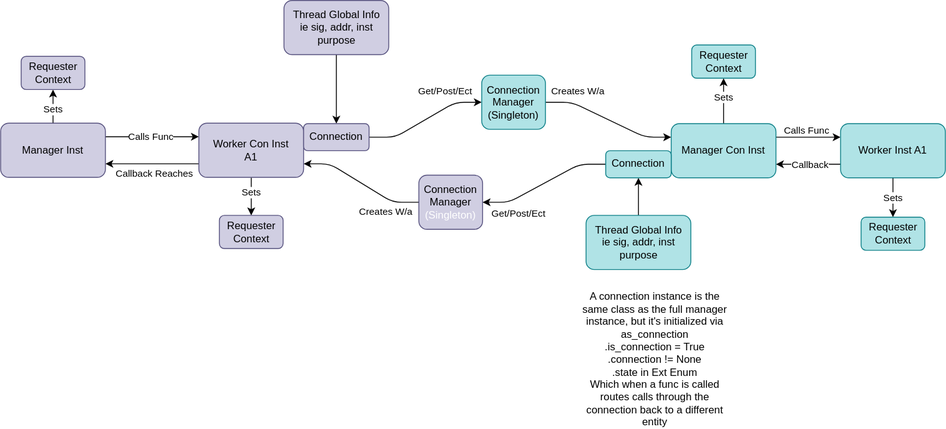
The draw.io diagram _Docs/diagrams/2025-08-25-NetworkStuff.drawio.svg in Damascus-Cassette/Ria, before a commit. Source tidied: cells renumbered, new cells last; positions are measured from the earlier drawing's top-left corner, leaving out a move shared by most shapes.
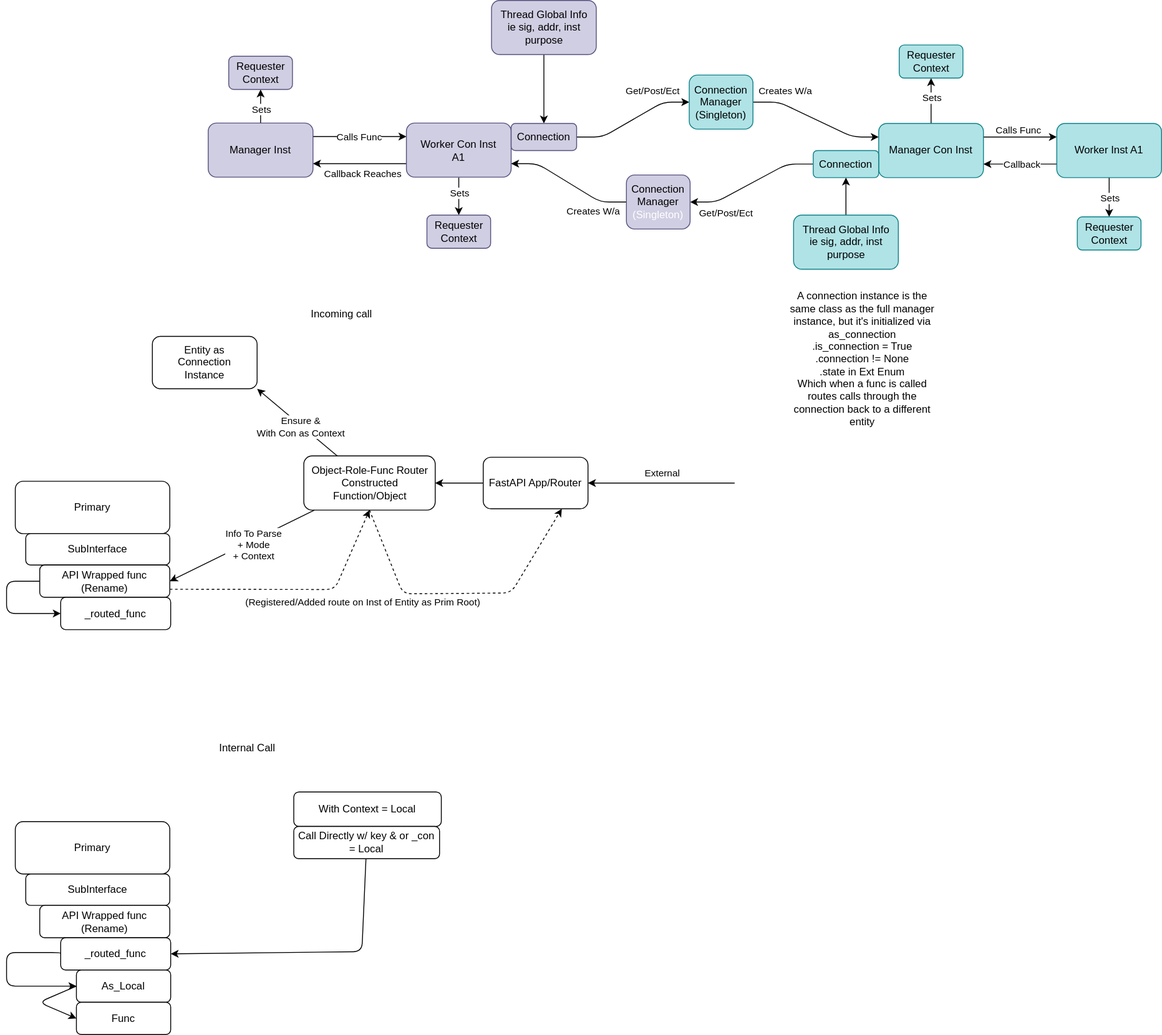
The same diagram one commit later.

Commit message:
Cont clarifying method for 1.4 entity interface

The edit, as a diff of the source:
```diff
@@ -38,12 +38,12 @@
     <mxCell id="11" value="Worker Con Inst&lt;br&gt;A1" style="rounded=1;whiteSpace=wrap;html=1;fillColor=#d0cee2;strokeColor=#56517e;" parent="1" vertex="1">
       <mxGeometry x="227" y="140.5" width="120" height="62" as="geometry" />
     </mxCell>
-    <mxCell id="12" style="edgeStyle=none;html=1;" parent="1" edge="1" target="x">
+    <mxCell id="12" style="edgeStyle=none;html=1;" parent="1" edge="1">
       <mxGeometry relative="1" as="geometry">
         <mxPoint x="700" y="254.5" as="sourcePoint" />
       </mxGeometry>
     </mxCell>
-    <mxCell id="13" style="edgeStyle=none;html=1;" parent="1" edge="1" target="x">
+    <mxCell id="13" style="edgeStyle=none;html=1;" parent="1" edge="1">
       <mxGeometry relative="1" as="geometry">
         <mxPoint x="700" y="171.5" as="sourcePoint" />
       </mxGeometry>
@@ -84,7 +84,7 @@
       </mxGeometry>
     </mxCell>
     <mxCell id="23" value="Worker Inst A1" style="rounded=1;whiteSpace=wrap;html=1;fillColor=#b0e3e6;strokeColor=#0e8088;" parent="1" vertex="1">
-      <mxGeometry x="962" y="141" width="120" height="62" as="geometry" />
+      <mxGeometry x="972" y="141" width="120" height="62" as="geometry" />
     </mxCell>
     <mxCell id="24" value="A connection instance is the same class as the full manager instance, but it's initialized via as_connection&amp;nbsp;&lt;div&gt;.is_connection = True&lt;/div&gt;&lt;div&gt;.connection != None&lt;br&gt;.state in Ext Enum&lt;br&gt;Which when a func is called routes calls through the connection back to a different entity&lt;/div&gt;" style="text;html=1;align=center;verticalAlign=middle;whiteSpace=wrap;rounded=0;" parent="1" vertex="1">
       <mxGeometry x="661" y="345" width="177" height="132" as="geometry" />
@@ -148,7 +148,7 @@
       <mxGeometry x="693" y="172" width="75" height="31" as="geometry" />
     </mxCell>
     <mxCell id="40" value="Requester Context" style="rounded=1;whiteSpace=wrap;html=1;fillColor=#b0e3e6;strokeColor=#0e8088;" parent="1" vertex="1">
-      <mxGeometry x="985.5" y="248" width="73" height="38" as="geometry" />
+      <mxGeometry x="995.5" y="248" width="73" height="38" as="geometry" />
     </mxCell>
     <mxCell id="41" style="edgeStyle=none;html=1;entryX=0.5;entryY=0;entryDx=0;entryDy=0;" parent="1" edge="1" target="43">
       <mxGeometry relative="1" as="geometry">
@@ -166,5 +166,136 @@
     <mxCell id="44" value="Requester Context" style="rounded=1;whiteSpace=wrap;html=1;fillColor=#d0cee2;strokeColor=#56517e;" parent="1" vertex="1">
       <mxGeometry x="23.5" y="64" width="73" height="38" as="geometry" />
     </mxCell>
+    <mxCell id="45" value="Entity as&lt;br&gt;Connection&lt;br&gt;Instance" style="rounded=1;whiteSpace=wrap;html=1;" parent="1" vertex="1">
+      <mxGeometry x="-64" y="385" width="120" height="60" as="geometry" />
+    </mxCell>
+    <mxCell id="46" value="Primary" style="rounded=1;whiteSpace=wrap;html=1;" parent="1" vertex="1">
+      <mxGeometry x="-221" y="551" width="177" height="60" as="geometry" />
+    </mxCell>
+    <mxCell id="47" value="SubInterface" style="rounded=1;whiteSpace=wrap;html=1;" parent="1" vertex="1">
+      <mxGeometry x="-209" y="611" width="165" height="36" as="geometry" />
+    </mxCell>
+    <mxCell id="48" style="edgeStyle=none;html=1;exitX=1;exitY=0.75;exitDx=0;exitDy=0;entryX=0.5;entryY=1;entryDx=0;entryDy=0;dashed=1;" parent="1" edge="1" source="51" target="59">
+      <mxGeometry relative="1" as="geometry">
+        <Array as="points">
+          <mxPoint x="145" y="675" />
+        </Array>
+      </mxGeometry>
+    </mxCell>
+    <mxCell id="49" value="(Registered/Added route on Inst of Entity as Prim Root)" style="edgeLabel;html=1;align=center;verticalAlign=middle;" parent="48" vertex="1">
+      <mxGeometry x="0.09" relative="1" as="geometry">
+        <mxPoint x="65" y="15" as="offset" />
+      </mxGeometry>
+    </mxCell>
+    <mxCell id="50" style="edgeStyle=orthogonalEdgeStyle;html=1;exitX=0;exitY=0.5;exitDx=0;exitDy=0;entryX=0;entryY=0.5;entryDx=0;entryDy=0;" parent="1" edge="1" source="51" target="61">
+      <mxGeometry relative="1" as="geometry">
+        <Array as="points">
+          <mxPoint x="-231" y="666" />
+          <mxPoint x="-231" y="703" />
+        </Array>
+      </mxGeometry>
+    </mxCell>
+    <mxCell id="51" value="API Wrapped func (Rename)" style="rounded=1;whiteSpace=wrap;html=1;" parent="1" vertex="1">
+      <mxGeometry x="-193" y="647" width="149" height="37" as="geometry" />
+    </mxCell>
+    <mxCell id="52" style="edgeStyle=none;html=1;entryX=1;entryY=0.5;entryDx=0;entryDy=0;" parent="1" edge="1" source="53" target="59">
+      <mxGeometry relative="1" as="geometry" />
+    </mxCell>
+    <mxCell id="53" value="FastAPI App/Router" style="rounded=1;whiteSpace=wrap;html=1;" parent="1" vertex="1">
+      <mxGeometry x="315" y="523.5" width="120" height="59" as="geometry" />
+    </mxCell>
+    <mxCell id="54" style="edgeStyle=none;html=1;entryX=1;entryY=1;entryDx=0;entryDy=0;" parent="1" edge="1" source="59" target="45">
+      <mxGeometry relative="1" as="geometry" />
+    </mxCell>
+    <mxCell id="55" value="Ensure &amp;amp;&lt;br&gt;With Con as Context" style="edgeLabel;html=1;align=center;verticalAlign=middle;" parent="54" vertex="1">
+      <mxGeometry x="-0.1" y="1" relative="1" as="geometry" />
+    </mxCell>
+    <mxCell id="56" style="edgeStyle=none;html=1;entryX=1;entryY=0.5;entryDx=0;entryDy=0;" parent="1" edge="1" source="59" target="51">
+      <mxGeometry relative="1" as="geometry" />
+    </mxCell>
+    <mxCell id="57" value="Info To Parse&lt;br&gt;+ Mode&lt;br&gt;+ Context" style="edgeLabel;html=1;align=center;verticalAlign=middle;" parent="56" vertex="1">
+      <mxGeometry x="-0.21" y="-3" relative="1" as="geometry">
+        <mxPoint x="-3" y="10" as="offset" />
+      </mxGeometry>
+    </mxCell>
+    <mxCell id="58" style="edgeStyle=none;html=1;entryX=0.75;entryY=1;entryDx=0;entryDy=0;exitX=0.5;exitY=1;exitDx=0;exitDy=0;dashed=1;" parent="1" edge="1" source="59" target="53">
+      <mxGeometry relative="1" as="geometry">
+        <Array as="points">
+          <mxPoint x="223" y="680" />
+          <mxPoint x="347" y="679" />
+        </Array>
+      </mxGeometry>
+    </mxCell>
+    <mxCell id="59" value="Object-Role-Func Router&lt;div&gt;Constructed Function/Object&lt;/div&gt;" style="rounded=1;whiteSpace=wrap;html=1;" parent="1" vertex="1">
+      <mxGeometry x="109.5" y="522" width="150.5" height="62" as="geometry" />
+    </mxCell>
+    <mxCell id="60" value="Incoming call" style="text;html=1;align=center;verticalAlign=middle;whiteSpace=wrap;rounded=0;" parent="1" vertex="1">
+      <mxGeometry x="26" y="345" width="254" height="30" as="geometry" />
+    </mxCell>
+    <mxCell id="61" value="_routed_func" style="rounded=1;whiteSpace=wrap;html=1;" parent="1" vertex="1">
+      <mxGeometry x="-169" y="684" width="126" height="37" as="geometry" />
+    </mxCell>
+    <mxCell id="62" style="edgeStyle=none;html=1;entryX=1;entryY=0.5;entryDx=0;entryDy=0;" parent="1" edge="1">
+      <mxGeometry relative="1" as="geometry">
+        <mxPoint x="603" y="553" as="sourcePoint" />
+        <mxPoint x="435" y="553" as="targetPoint" />
+      </mxGeometry>
+    </mxCell>
+    <mxCell id="63" value="External" style="edgeLabel;html=1;align=center;verticalAlign=middle;" parent="62" vertex="1">
+      <mxGeometry y="1" relative="1" as="geometry">
+        <mxPoint y="-13" as="offset" />
+      </mxGeometry>
+    </mxCell>
+    <mxCell id="64" value="With Context = Local" style="rounded=1;whiteSpace=wrap;html=1;" parent="1" vertex="1">
+      <mxGeometry x="98" y="907" width="169" height="39.5" as="geometry" />
+    </mxCell>
+    <mxCell id="65" value="Primary" style="rounded=1;whiteSpace=wrap;html=1;" parent="1" vertex="1">
+      <mxGeometry x="-221" y="941" width="177" height="60" as="geometry" />
+    </mxCell>
+    <mxCell id="66" value="SubInterface" style="rounded=1;whiteSpace=wrap;html=1;" parent="1" vertex="1">
+      <mxGeometry x="-209" y="1001" width="165" height="36" as="geometry" />
+    </mxCell>
+    <mxCell id="67" style="edgeStyle=orthogonalEdgeStyle;html=1;exitX=0;exitY=0.5;exitDx=0;exitDy=0;entryX=0;entryY=0.5;entryDx=0;entryDy=0;" parent="1" edge="1" source="70" target="72">
+      <mxGeometry relative="1" as="geometry">
+        <Array as="points">
+          <mxPoint x="-169" y="1091" />
+          <mxPoint x="-231" y="1091" />
+          <mxPoint x="-231" y="1130" />
+          <mxPoint x="-151" y="1130" />
+        </Array>
+      </mxGeometry>
+    </mxCell>
+    <mxCell id="68" value="API Wrapped func (Rename)" style="rounded=1;whiteSpace=wrap;html=1;" parent="1" vertex="1">
+      <mxGeometry x="-193" y="1037" width="149" height="37" as="geometry" />
+    </mxCell>
+    <mxCell id="69" value="Internal Call" style="text;html=1;align=center;verticalAlign=middle;whiteSpace=wrap;rounded=0;" parent="1" vertex="1">
+      <mxGeometry x="-82" y="842" width="254" height="30" as="geometry" />
+    </mxCell>
+    <mxCell id="70" value="_routed_func" style="rounded=1;whiteSpace=wrap;html=1;" parent="1" vertex="1">
+      <mxGeometry x="-169" y="1074" width="126" height="37" as="geometry" />
+    </mxCell>
+    <mxCell id="71" style="edgeStyle=none;html=1;exitX=0;exitY=0.5;exitDx=0;exitDy=0;entryX=0;entryY=0.5;entryDx=0;entryDy=0;" parent="1" edge="1" source="72" target="73">
+      <mxGeometry relative="1" as="geometry">
+        <Array as="points">
+          <mxPoint x="-194" y="1148" />
+        </Array>
+      </mxGeometry>
+    </mxCell>
+    <mxCell id="72" value="As_Local" style="rounded=1;whiteSpace=wrap;html=1;" parent="1" vertex="1">
+      <mxGeometry x="-151" y="1111" width="108" height="37" as="geometry" />
+    </mxCell>
+    <mxCell id="73" value="Func" style="rounded=1;whiteSpace=wrap;html=1;" parent="1" vertex="1">
+      <mxGeometry x="-151" y="1148" width="108" height="37" as="geometry" />
+    </mxCell>
+    <mxCell id="74" style="edgeStyle=none;html=1;entryX=1;entryY=0.5;entryDx=0;entryDy=0;" parent="1" edge="1" source="75" target="70">
+      <mxGeometry relative="1" as="geometry">
+        <Array as="points">
+          <mxPoint x="176" y="1090" />
+        </Array>
+      </mxGeometry>
+    </mxCell>
+    <mxCell id="75" value="Call Directly w/ key &amp;amp; or _con = Local" style="rounded=1;whiteSpace=wrap;html=1;" parent="1" vertex="1">
+      <mxGeometry x="98" y="946.5" width="167" height="37" as="geometry" />
+    </mxCell>
   </root>
 </mxGraphModel>
```
